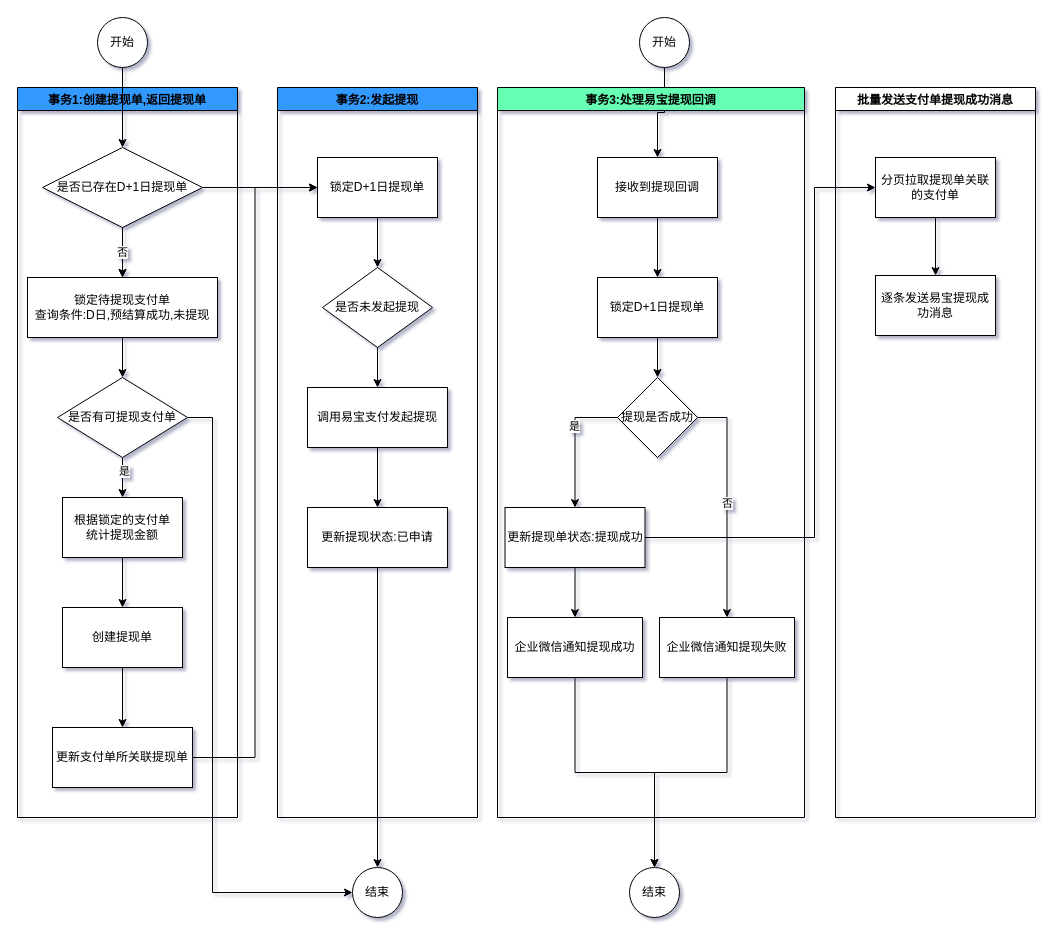
Before: 易宝支付提现流程.drawio in catface996/images, a draw.io diagram. Source tidied: cells renumbered, new cells numbered last; positions are measured from the earlier drawing's top-left corner, leaving out a move shared by most shapes. Both pictures are drawn from the tidied source at 100%, with x=0, y=0 at pixel (17, 17).
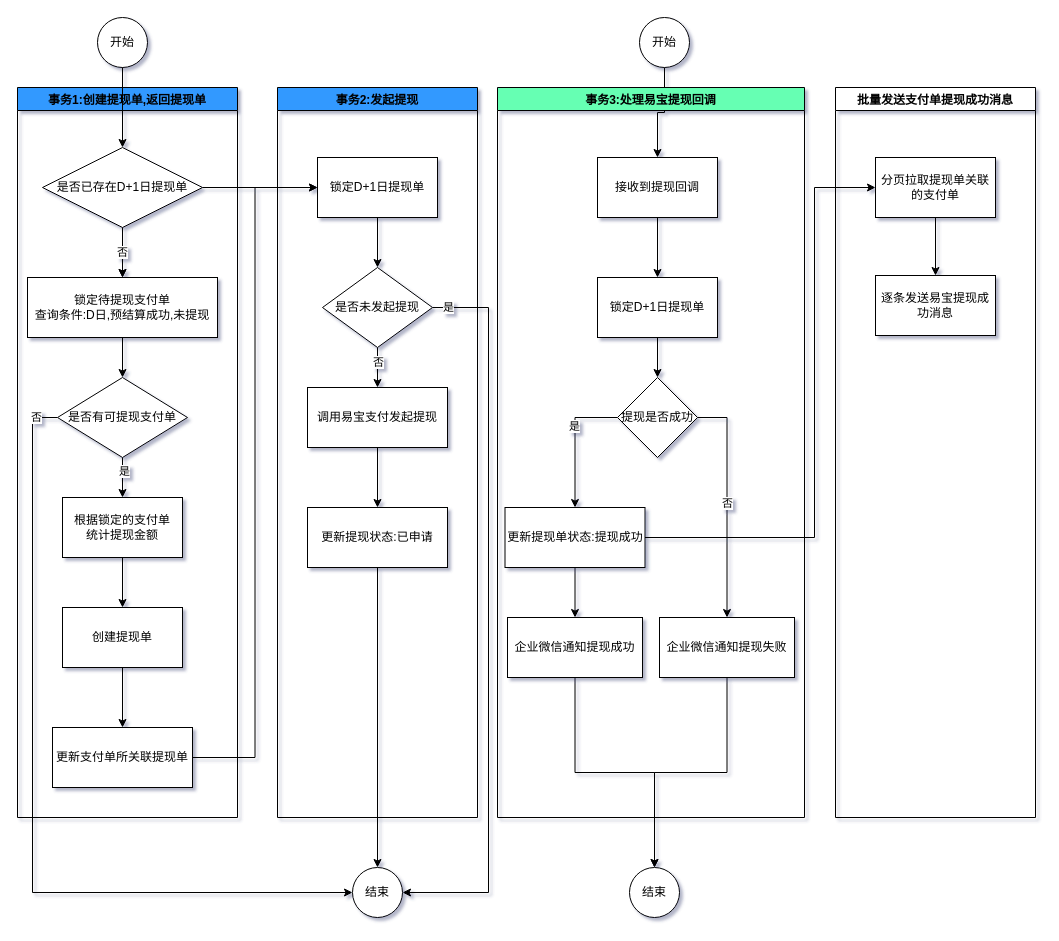
After the change.

Commit message:
更新易宝支付提现流程.drawio

Unchanged cells that the change refers to:
```xml
<mxCell id="6" style="edgeStyle=orthogonalEdgeStyle;rounded=0;jettySize=auto;html=1;exitX=0.5;exitY=1;exitDx=0;exitDy=0;" parent="1" edge="1" source="7" target="9">
  <mxGeometry relative="1" as="geometry" />
</mxCell>
<mxCell id="7" value="是否未发起提现" style="rhombus;whiteSpace=wrap;html=1;" parent="1" vertex="1">
  <mxGeometry x="305" y="250" width="110" height="80" as="geometry" />
</mxCell>
<mxCell id="18" value="是否有可提现支付单" style="rhombus;whiteSpace=wrap;html=1;" parent="12" vertex="1">
  <mxGeometry x="40" y="290" width="130" height="80" as="geometry" />
</mxCell>
<mxCell id="28" value="结束" style="ellipse;whiteSpace=wrap;html=1;" parent="1" vertex="1">
  <mxGeometry x="335" y="850" width="50" height="50" as="geometry" />
</mxCell>
```

Diff of the diagram source:
```diff
@@
-    <mxCell id="2" style="edgeStyle=orthogonalEdgeStyle;rounded=0;jettySize=auto;html=1;entryX=0;entryY=0.5;entryDx=0;entryDy=0;" parent="1" edge="1" source="18" target="28">
-      <mxGeometry relative="1" as="geometry">
+    <mxCell id="2" value="否" style="edgeStyle=orthogonalEdgeStyle;rounded=0;jettySize=auto;html=1;entryX=0;entryY=0.5;entryDx=0;entryDy=0;" parent="1" edge="1" source="18" target="28">
+      <mxGeometry x="-0.95" relative="1" as="geometry">
         <Array as="points">
-          <mxPoint x="195" y="400" />
-          <mxPoint x="195" y="875" />
+          <mxPoint x="15" y="400" />
+          <mxPoint x="15" y="875" />
         </Array>
       </mxGeometry>
     </mxCell>
@@
+    <mxCell id="54" value="否" style="edgeLabel;html=1;align=center;verticalAlign=middle;" parent="6" vertex="1">
+      <mxGeometry x="-0.3" relative="1" as="geometry" />
+    </mxCell>
+    <mxCell id="55" style="edgeStyle=orthogonalEdgeStyle;rounded=0;jettySize=auto;html=1;entryX=1;entryY=0.5;entryDx=0;entryDy=0;" parent="1" edge="1" source="7" target="28">
+      <mxGeometry relative="1" as="geometry">
+        <Array as="points">
+          <mxPoint x="471" y="290" />
+          <mxPoint x="471" y="875" />
+        </Array>
+      </mxGeometry>
+    </mxCell>
+    <mxCell id="56" value="是" style="edgeLabel;html=1;align=center;verticalAlign=middle;" parent="55" vertex="1">
+      <mxGeometry x="-0.96" y="1" relative="1" as="geometry" />
+    </mxCell>
```
